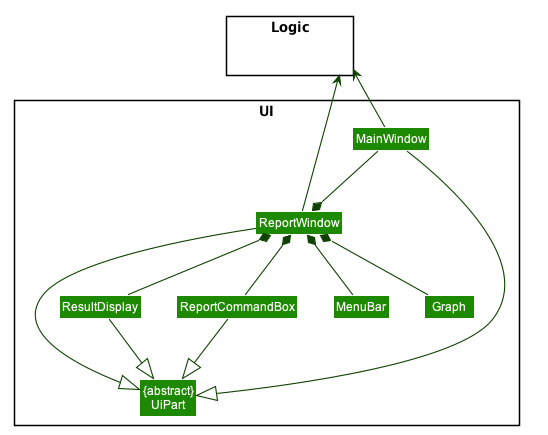
AY1920S2-CS2103T-T10-3/main keeps this PlantUML diagram as images/ReportUIClassDiagram.png. Above is the earlier version.
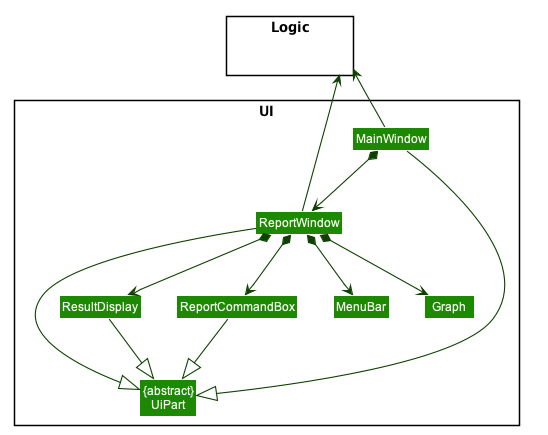
The same file after the commit.

Diff of the diagram source:
```diff
@@ -66,14 +66,14 @@
 }
 
 MainWindow -up-> Logic
-ReportWindow *-- Graph
+ReportWindow *--> Graph
 ReportWindow -up-> Logic
-MainWindow --* ReportWindow
+MainWindow *--> ReportWindow
 
 
-ReportWindow *-down- ReportCommandBox
-ReportWindow *-down- MenuBar
-ReportWindow *-- ResultDisplay
+ReportWindow *-down-> ReportCommandBox
+ReportWindow *-down-> MenuBar
+ReportWindow *--> ResultDisplay
 
 MainWindow -down-|> UiPart
 ReportWindow -down-|> UiPart
```
